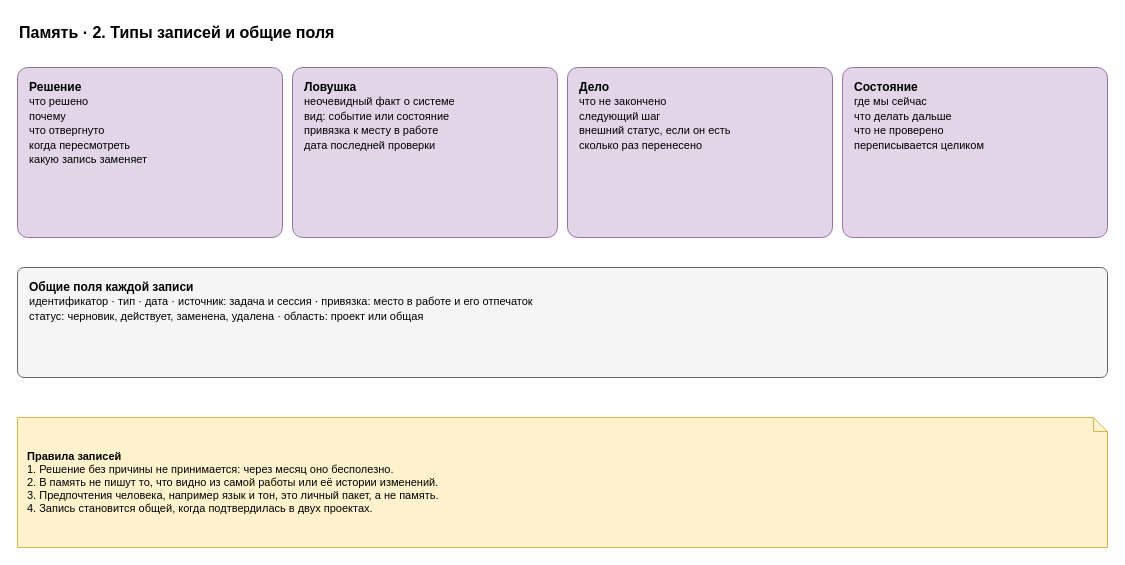
roygkov/reins keeps this draw.io diagram as page "2. Типы записей" (2 of 7) of docs/spec/harness-memory.drawio. Above is the earlier version. Source tidied: cells renumbered, new cells numbered last; positions are measured from the earlier drawing's top-left corner, leaving out a move shared by most shapes. Both pictures are drawn from the tidied source at 100%, with x=0, y=0 at pixel (17, 17).
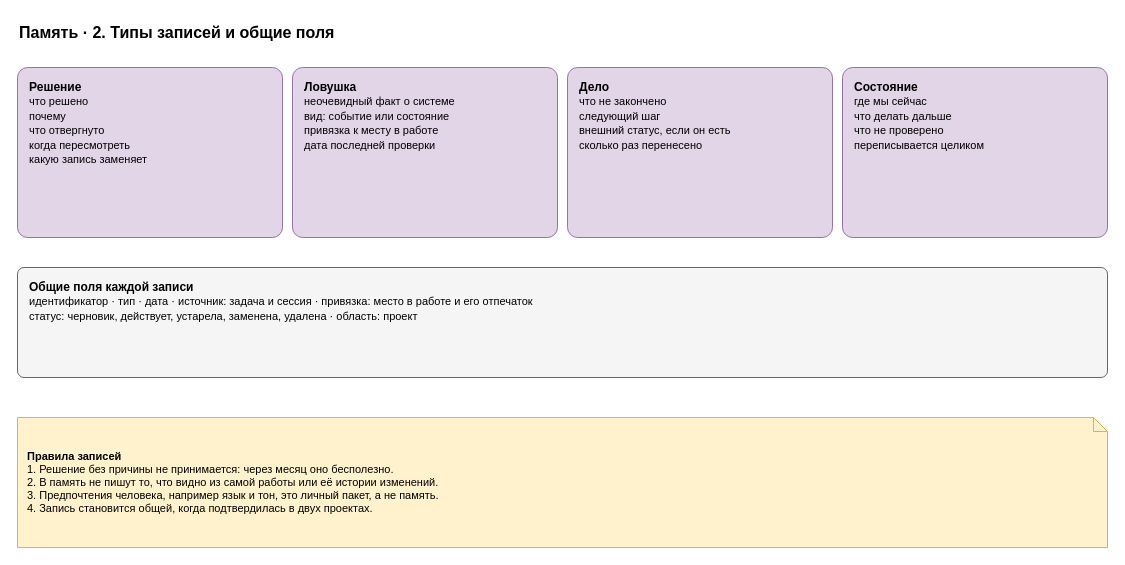
The same diagram, later.

What changed in the source:
```diff
@@
 <mxGraphModel>
   <root>
     <mxCell id="0" />
     <mxCell id="1" parent="0" />
     <mxCell id="2" value="Память · 2. Типы записей и общие поля" style="text;html=1;align=left;verticalAlign=middle;whiteSpace=wrap;fontSize=16;strokeColor=none;fillColor=none;fontStyle=1;" parent="1" vertex="1">
       <mxGeometry width="900" height="30" as="geometry" />
     </mxCell>
     <mxCell id="3" value="&lt;b&gt;Решение&lt;/b&gt;&lt;br&gt;&lt;font style=&quot;font-size:11px&quot;&gt;что решено&lt;br&gt;почему&lt;br&gt;что отвергнуто&lt;br&gt;когда пересмотреть&lt;br&gt;какую запись заменяет&lt;/font&gt;" style="rounded=1;whiteSpace=wrap;html=1;fillColor=#e1d5e7;strokeColor=#9673a6;arcSize=6;align=left;verticalAlign=top;spacingLeft=10;spacingTop=6;spacingRight=6;" parent="1" vertex="1">
       <mxGeometry y="50" width="265" height="170" as="geometry" />
     </mxCell>
     <mxCell id="4" value="&lt;b&gt;Ловушка&lt;/b&gt;&lt;br&gt;&lt;font style=&quot;font-size:11px&quot;&gt;неочевидный факт о системе&lt;br&gt;вид: событие или состояние&lt;br&gt;привязка к месту в работе&lt;br&gt;дата последней проверки&lt;/font&gt;" style="rounded=1;whiteSpace=wrap;html=1;fillColor=#e1d5e7;strokeColor=#9673a6;arcSize=6;align=left;verticalAlign=top;spacingLeft=10;spacingTop=6;spacingRight=6;" parent="1" vertex="1">
       <mxGeometry x="275" y="50" width="265" height="170" as="geometry" />
     </mxCell>
     <mxCell id="5" value="&lt;b&gt;Дело&lt;/b&gt;&lt;br&gt;&lt;font style=&quot;font-size:11px&quot;&gt;что не закончено&lt;br&gt;следующий шаг&lt;br&gt;внешний статус, если он есть&lt;br&gt;сколько раз перенесено&lt;/font&gt;" style="rounded=1;whiteSpace=wrap;html=1;fillColor=#e1d5e7;strokeColor=#9673a6;arcSize=6;align=left;verticalAlign=top;spacingLeft=10;spacingTop=6;spacingRight=6;" parent="1" vertex="1">
       <mxGeometry x="550" y="50" width="265" height="170" as="geometry" />
     </mxCell>
     <mxCell id="6" value="&lt;b&gt;Состояние&lt;/b&gt;&lt;br&gt;&lt;font style=&quot;font-size:11px&quot;&gt;где мы сейчас&lt;br&gt;что делать дальше&lt;br&gt;что не проверено&lt;br&gt;переписывается целиком&lt;/font&gt;" style="rounded=1;whiteSpace=wrap;html=1;fillColor=#e1d5e7;strokeColor=#9673a6;arcSize=6;align=left;verticalAlign=top;spacingLeft=10;spacingTop=6;spacingRight=6;" parent="1" vertex="1">
       <mxGeometry x="825" y="50" width="265" height="170" as="geometry" />
     </mxCell>
-    <mxCell id="7" value="&lt;b&gt;Общие поля каждой записи&lt;/b&gt;&lt;br&gt;&lt;font style=&quot;font-size:11px&quot;&gt;идентификатор · тип · дата · источник: задача и сессия · привязка: место в работе и его отпечаток&lt;br&gt;статус: черновик, действует, заменена, удалена · область: проект или общая&lt;/font&gt;" style="rounded=1;whiteSpace=wrap;html=1;fillColor=#f5f5f5;strokeColor=#666666;arcSize=6;align=left;verticalAlign=top;spacingLeft=10;spacingTop=6;spacingRight=6;" parent="1" vertex="1">
+    <mxCell id="7" value="&lt;b&gt;Общие поля каждой записи&lt;/b&gt;&lt;br&gt;&lt;font style=&quot;font-size:11px&quot;&gt;идентификатор · тип · дата · источник: задача и сессия · привязка: место в работе и его отпечаток&lt;br&gt;статус: черновик, действует, устарела, заменена, удалена · область: проект&lt;/font&gt;" style="rounded=1;whiteSpace=wrap;html=1;fillColor=#f5f5f5;strokeColor=#666666;arcSize=6;align=left;verticalAlign=top;spacingLeft=10;spacingTop=6;spacingRight=6;" parent="1" vertex="1">
       <mxGeometry y="250" width="1090" height="110" as="geometry" />
     </mxCell>
     <mxCell id="8" value="&lt;b&gt;Правила записей&lt;/b&gt;&lt;br&gt;1. Решение без причины не принимается: через месяц оно бесполезно.&lt;br&gt;2. В память не пишут то, что видно из самой работы или её истории изменений.&lt;br&gt;3. Предпочтения человека, например язык и тон, это личный пакет, а не память.&lt;br&gt;4. Запись становится общей, когда подтвердилась в двух проектах." style="shape=note;whiteSpace=wrap;html=1;backgroundOutline=1;size=14;fillColor=#fff2cc;strokeColor=#d6b656;align=left;spacingLeft=8;spacingRight=8;fontSize=11;" parent="1" vertex="1">
       <mxGeometry y="400" width="1090" height="130" as="geometry" />
     </mxCell>
   </root>
 </mxGraphModel>
```
